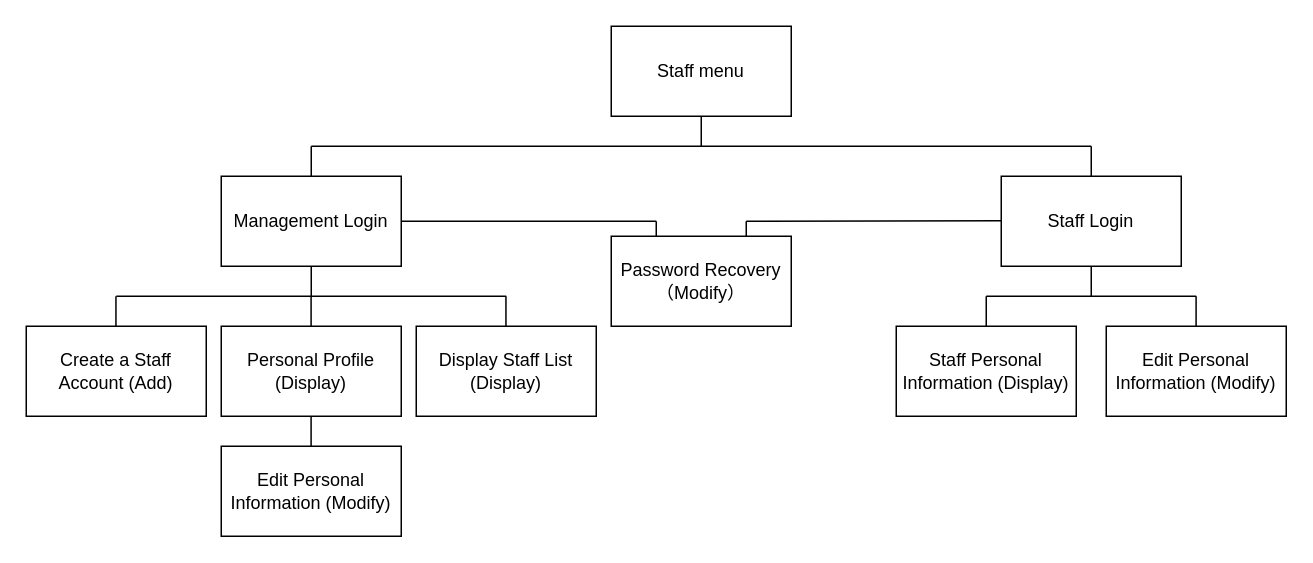
This is Structure Chart/staffTrain (1).drawio from halleyIsStressed/pcd2Assignment, a draw.io file, before an edit. Source tidied: cells renumbered, new cells numbered last; positions are measured from the earlier drawing's top-left corner, leaving out a move shared by most shapes. Both pictures are drawn from the tidied source at 150%, with x=0, y=0 at pixel (26, 26).
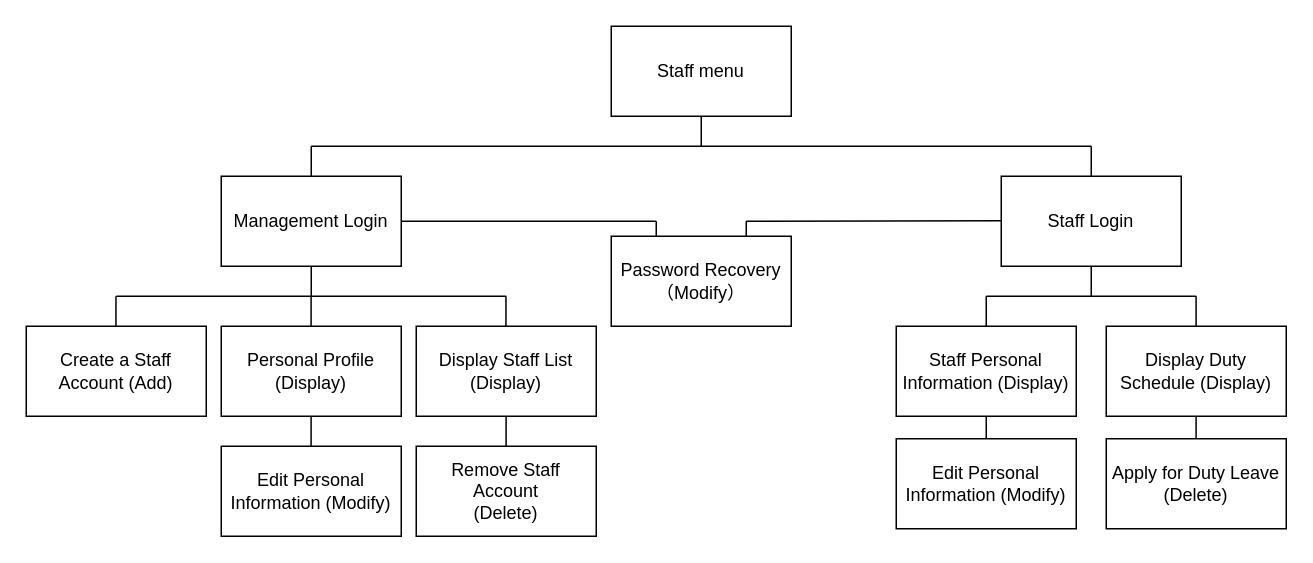
The same diagram, later.

Commit message:
CLEAN LIAO 3

The change refers to these unchanged cells:
```xml
<mxCell id="7" value="Staff Personal Information (Display)" style="whiteSpace=wrap;html=1;rounded=0;" parent="1" vertex="1">
  <mxGeometry x="580" y="200" width="120" height="60" as="geometry" />
</mxCell>
```

What changed in the source:
```diff
@@
-    <mxCell id="26" value="Edit Personal Information (Modify)" style="whiteSpace=wrap;html=1;rounded=0;" parent="1" vertex="1">
+    <mxCell id="26" value="Display Duty Schedule (Display)" style="whiteSpace=wrap;html=1;rounded=0;" parent="1" vertex="1">
       <mxGeometry x="720" y="200" width="120" height="60" as="geometry" />
     </mxCell>
@@
+    <mxCell id="30" style="endArrow=none;html=1;rounded=0;entryX=0.5;entryY=1;entryDx=0;entryDy=0;" parent="1" edge="1" target="7">
+      <mxGeometry relative="1" as="geometry">
+        <mxPoint x="640" y="275" as="sourcePoint" />
+      </mxGeometry>
+    </mxCell>
+    <mxCell id="31" style="endArrow=none;html=1;rounded=0;entryX=0.5;entryY=1;entryDx=0;entryDy=0;" parent="1" edge="1">
+      <mxGeometry relative="1" as="geometry">
+        <mxPoint x="779.9" y="275" as="sourcePoint" />
+        <mxPoint x="779.9" y="260" as="targetPoint" />
+      </mxGeometry>
+    </mxCell>
+    <mxCell id="32" value="Edit Personal Information (Modify)" style="whiteSpace=wrap;html=1;rounded=0;" parent="1" vertex="1">
+      <mxGeometry x="580" y="275" width="120" height="60" as="geometry" />
+    </mxCell>
+    <mxCell id="33" value="Apply for Duty Leave&lt;div&gt;(Delete)&lt;/div&gt;" style="whiteSpace=wrap;html=1;rounded=0;" parent="1" vertex="1">
+      <mxGeometry x="720" y="275" width="120" height="60" as="geometry" />
+    </mxCell>
+    <mxCell id="34" style="endArrow=none;html=1;rounded=0;" parent="1" edge="1">
+      <mxGeometry relative="1" as="geometry">
+        <mxPoint x="319.9" y="280" as="sourcePoint" />
+        <mxPoint x="319.9" y="260" as="targetPoint" />
+      </mxGeometry>
+    </mxCell>
+    <mxCell id="35" value="Remove Staff Account&lt;div&gt;(Delete)&lt;/div&gt;" style="rounded=0;whiteSpace=wrap;html=1;" parent="1" vertex="1">
+      <mxGeometry x="260" y="280" width="120" height="60" as="geometry" />
+    </mxCell>
```
